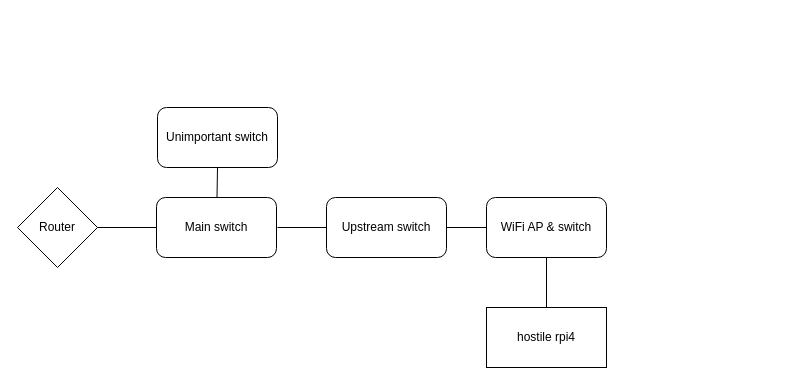
This is rpi4-net.drawio from maniac0r/audio, a draw.io file, before an edit. Source tidied: cells renumbered, new cells numbered last; positions are measured from the earlier drawing's top-left corner, leaving out a move shared by most shapes. Both pictures are drawn from the tidied source at 100%, with x=0, y=0 at pixel (17, 107).
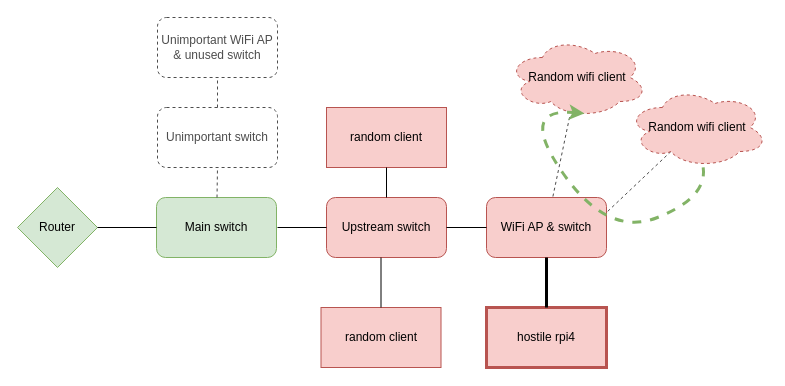
Above is the later version.

The edit, as a diff of the source:
```diff
@@
-    <mxCell id="2" value="WiFi AP &amp;amp; switch" style="rounded=1;whiteSpace=wrap;html=1;" parent="1" vertex="1">
+    <mxCell id="2" value="WiFi AP &amp;amp; switch" style="rounded=1;whiteSpace=wrap;html=1;fillColor=#f8cecc;strokeColor=#b85450;" parent="1" vertex="1">
       <mxGeometry x="469" y="90" width="120" height="60" as="geometry" />
     </mxCell>
-    <mxCell id="3" value="Upstream switch" style="rounded=1;whiteSpace=wrap;html=1;" parent="1" vertex="1">
+    <mxCell id="3" value="Upstream switch" style="rounded=1;whiteSpace=wrap;html=1;fillColor=#f8cecc;strokeColor=#b85450;" parent="1" vertex="1">
       <mxGeometry x="309" y="90" width="120" height="60" as="geometry" />
     </mxCell>
-    <mxCell id="4" value="Main switch" style="rounded=1;whiteSpace=wrap;html=1;" parent="1" vertex="1">
+    <mxCell id="4" value="Main switch" style="rounded=1;whiteSpace=wrap;html=1;fillColor=#d5e8d4;strokeColor=#82b366;" parent="1" vertex="1">
       <mxGeometry x="139" y="90" width="120" height="60" as="geometry" />
     </mxCell>
-    <mxCell id="5" value="hostile rpi4" style="rounded=0;whiteSpace=wrap;html=1;" parent="1" vertex="1">
+    <mxCell id="5" value="hostile rpi4" style="rounded=0;whiteSpace=wrap;html=1;fillColor=#f8cecc;strokeColor=#b85450;strokeWidth=3;" parent="1" vertex="1">
       <mxGeometry x="469" y="200" width="120" height="60" as="geometry" />
     </mxCell>
-    <mxCell id="6" value="Router" style="rhombus;whiteSpace=wrap;html=1;" parent="1" vertex="1">
+    <mxCell id="6" value="Router" style="rhombus;whiteSpace=wrap;html=1;fillColor=#d5e8d4;strokeColor=#82b366;" parent="1" vertex="1">
       <mxGeometry y="80" width="80" height="80" as="geometry" />
     </mxCell>
@@
-    <mxCell id="10" style="endArrow=none;html=1;rounded=0;entryX=0.5;entryY=0;entryDx=0;entryDy=0;exitX=0.5;exitY=1;exitDx=0;exitDy=0;" parent="1" edge="1" source="2" target="5">
+    <mxCell id="10" style="endArrow=none;html=1;rounded=0;entryX=0.5;entryY=0;entryDx=0;entryDy=0;exitX=0.5;exitY=1;exitDx=0;exitDy=0;strokeWidth=3;" parent="1" edge="1" source="2" target="5">
       <mxGeometry relative="1" as="geometry" />
     </mxCell>
-    <mxCell id="11" value="Unimportant switch" style="rounded=1;whiteSpace=wrap;html=1;" parent="1" vertex="1">
+    <mxCell id="11" value="Unimportant switch" style="rounded=1;whiteSpace=wrap;html=1;strokeColor=#4D4D4D;fontColor=#4D4D4D;dashed=1;" parent="1" vertex="1">
       <mxGeometry x="140" width="120" height="60" as="geometry" />
     </mxCell>
-    <mxCell id="12" style="endArrow=none;html=1;rounded=0;entryX=0.5;entryY=1;entryDx=0;entryDy=0;" parent="1" edge="1" source="4" target="11">
+    <mxCell id="12" style="endArrow=none;html=1;rounded=0;entryX=0.5;entryY=1;entryDx=0;entryDy=0;strokeColor=#4D4D4D;fontColor=#4D4D4D;dashed=1;" parent="1" edge="1" source="4" target="11">
       <mxGeometry relative="1" as="geometry" />
     </mxCell>
+    <mxCell id="13" value="Unimportant WiFi AP &amp;amp; unused switch" style="rounded=1;whiteSpace=wrap;html=1;strokeColor=#4D4D4D;fontColor=#4D4D4D;dashed=1;" parent="1" vertex="1">
+      <mxGeometry x="140" y="-90" width="120" height="60" as="geometry" />
+    </mxCell>
+    <mxCell id="14" style="endArrow=none;html=1;rounded=0;entryX=0.5;entryY=1;entryDx=0;entryDy=0;exitX=0.5;exitY=0;exitDx=0;exitDy=0;strokeColor=#4D4D4D;fontColor=#4D4D4D;dashed=1;" parent="1" edge="1" source="11" target="13">
+      <mxGeometry relative="1" as="geometry" />
+    </mxCell>
+    <mxCell id="15" value="random client" style="rounded=0;whiteSpace=wrap;html=1;fillColor=#f8cecc;strokeColor=#b85450;" parent="1" vertex="1">
+      <mxGeometry x="303.5" y="200" width="120" height="60" as="geometry" />
+    </mxCell>
+    <mxCell id="16" style="endArrow=none;html=1;rounded=0;entryX=0.5;entryY=0;entryDx=0;entryDy=0;exitX=0.5;exitY=1;exitDx=0;exitDy=0;" parent="1" edge="1" target="15">
+      <mxGeometry relative="1" as="geometry">
+        <mxPoint x="363.5" y="150" as="sourcePoint" />
+      </mxGeometry>
+    </mxCell>
+    <mxCell id="17" value="random client" style="rounded=0;whiteSpace=wrap;html=1;fillColor=#f8cecc;strokeColor=#b85450;" parent="1" vertex="1">
+      <mxGeometry x="309" width="120" height="60" as="geometry" />
+    </mxCell>
+    <mxCell id="18" style="endArrow=none;html=1;rounded=0;entryX=0.5;entryY=0;entryDx=0;entryDy=0;exitX=0.5;exitY=1;exitDx=0;exitDy=0;" parent="1" edge="1" source="17" target="3">
+      <mxGeometry relative="1" as="geometry" />
+    </mxCell>
+    <mxCell id="19" style="rounded=0;jettySize=auto;html=1;dashed=1;fontColor=#4D4D4D;strokeColor=#4D4D4D;endArrow=none;endFill=0;" parent="1" edge="1" source="20" target="2">
+      <mxGeometry relative="1" as="geometry" />
+    </mxCell>
+    <mxCell id="20" value="Random wifi client" style="ellipse;shape=cloud;whiteSpace=wrap;html=1;dashed=1;strokeColor=#b85450;fillColor=#f8cecc;" parent="1" vertex="1">
+      <mxGeometry x="490" y="-70" width="140" height="80" as="geometry" />
+    </mxCell>
+    <mxCell id="21" style="rounded=0;jettySize=auto;html=1;dashed=1;fontColor=#4D4D4D;strokeColor=#4D4D4D;entryX=1;entryY=0.25;entryDx=0;entryDy=0;exitX=0.31;exitY=0.8;exitDx=0;exitDy=0;exitPerimeter=0;endArrow=none;endFill=0;" parent="1" edge="1" source="22" target="2">
+      <mxGeometry relative="1" as="geometry" />
+    </mxCell>
+    <mxCell id="22" value="Random wifi client" style="ellipse;shape=cloud;whiteSpace=wrap;html=1;dashed=1;strokeColor=#b85450;fillColor=#f8cecc;" parent="1" vertex="1">
+      <mxGeometry x="610" y="-20" width="140" height="80" as="geometry" />
+    </mxCell>
+    <mxCell id="23" style="curved=1;endArrow=classic;html=1;rounded=0;dashed=1;fontColor=#4D4D4D;strokeColor=#82b366;entryX=0.55;entryY=0.95;entryDx=0;entryDy=0;entryPerimeter=0;strokeWidth=3;fillColor=#d5e8d4;" parent="1" edge="1" source="22" target="20">
+      <mxGeometry relative="1" as="geometry">
+        <Array as="points">
+          <mxPoint x="690" y="90" />
+          <mxPoint x="590" y="130" />
+          <mxPoint x="500" />
+        </Array>
+      </mxGeometry>
+    </mxCell>
```
